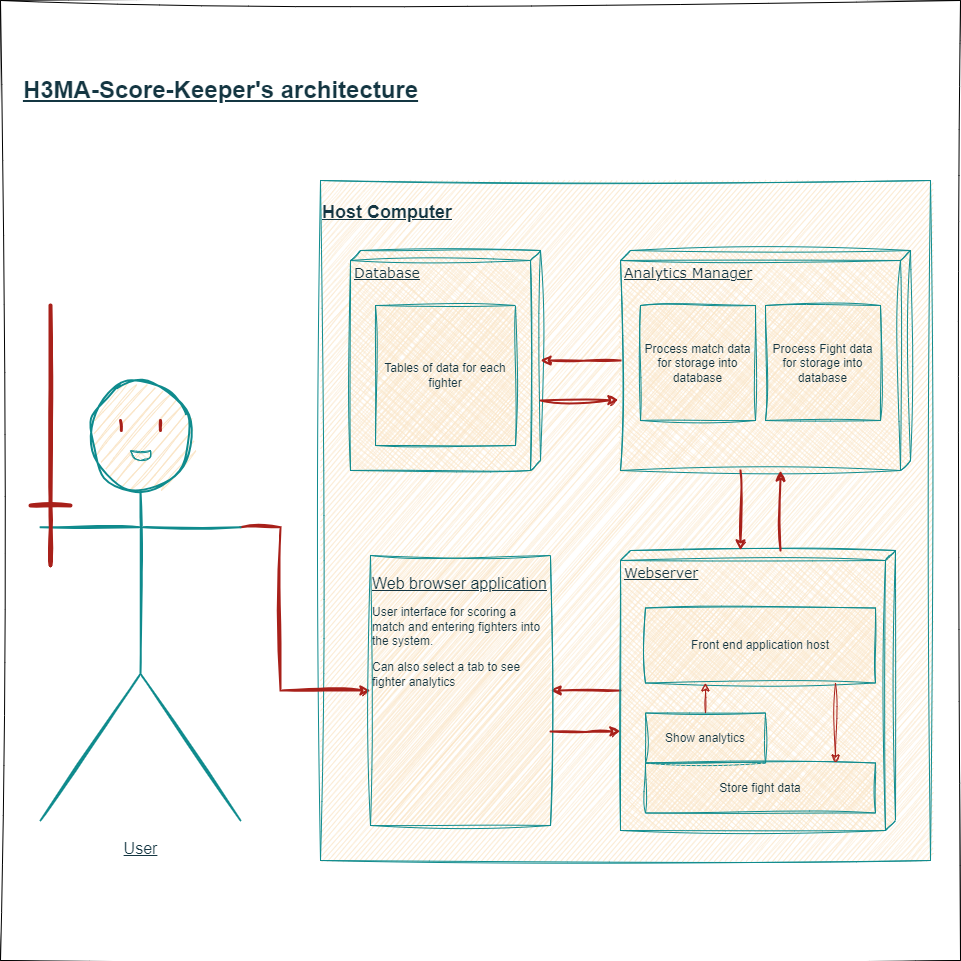
Before: assets/H3MA-Score-Keeper.drawio.png, a diagram exported from draw.io (Akira-bug/H3MA-Score-Keeper). Source tidied: cells renumbered, new cells last; positions are measured from the earlier drawing's top-left corner, leaving out a move shared by most shapes.
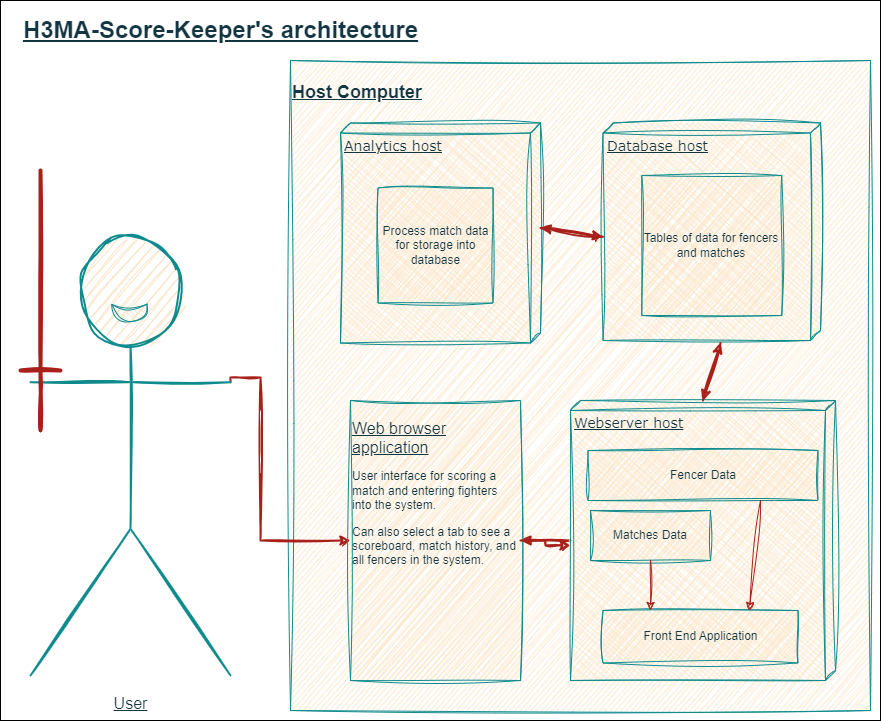
The same file after the commit.

What changed in the source:
```diff
@@ -2,102 +2,92 @@
   <root>
     <mxCell id="0" />
     <mxCell id="1" parent="0" />
-    <mxCell id="2" style="whiteSpace=wrap;html=1;sketch=1;hachureGap=4;jiggle=2;curveFitting=1;fontFamily=Architects Daughter;fontSource=https%3A%2F%2Ffonts.googleapis.com%2Fcss%3Ffamily%3DArchitects%2BDaughter;fontSize=20;" parent="1" vertex="1">
-      <mxGeometry width="960" height="960" as="geometry" />
-    </mxCell>
+    <mxCell id="31" style="rounded=0;whiteSpace=wrap;html=1;" parent="1" vertex="1">
+      <mxGeometry x="60" y="150" width="880" height="720" as="geometry" />
+    </mxCell>
     <mxCell id="3" value="&lt;h2&gt;&lt;u&gt;Host Computer&lt;/u&gt;&lt;/h2&gt;" style="rounded=0;whiteSpace=wrap;html=1;verticalAlign=top;align=left;sketch=1;curveFitting=1;jiggle=2;labelBackgroundColor=none;fillColor=#FAE5C7;strokeColor=#0F8B8D;fontColor=#143642;" parent="1" vertex="1">
-      <mxGeometry x="320" y="180" width="610" height="680" as="geometry" />
+      <mxGeometry x="350" y="210" width="580" height="650" as="geometry" />
     </mxCell>
-    <mxCell id="4" value="&lt;font style=&quot;font-size: 14px;&quot;&gt;Database&lt;/font&gt;" style="verticalAlign=top;align=left;spacingTop=8;spacingLeft=2;spacingRight=12;shape=cube;size=10;direction=south;fontStyle=4;html=1;rounded=0;shadow=0;comic=0;labelBackgroundColor=none;strokeWidth=1;fontFamily=Verdana;fontSize=12;sketch=1;curveFitting=1;jiggle=2;fillColor=#FAE5C7;strokeColor=#0F8B8D;fontColor=#143642;" parent="1" vertex="1">
-      <mxGeometry x="350" y="250" width="190" height="220" as="geometry" />
+    <mxCell id="4" value="&lt;font style=&quot;font-size: 14px;&quot;&gt;Database host&lt;/font&gt;" style="verticalAlign=top;align=left;spacingTop=8;spacingLeft=2;spacingRight=12;shape=cube;size=10;direction=south;fontStyle=4;html=1;rounded=0;shadow=0;comic=0;labelBackgroundColor=none;strokeWidth=1;fontFamily=Verdana;fontSize=12;sketch=1;curveFitting=1;jiggle=2;fillColor=#FAE5C7;strokeColor=#0F8B8D;fontColor=#143642;" parent="1" vertex="1">
+      <mxGeometry x="662.5" y="272.5" width="217.5" height="217.5" as="geometry" />
     </mxCell>
-    <mxCell id="5" value="&lt;font style=&quot;font-size: 14px;&quot;&gt;Analytics Manager&lt;/font&gt;" style="verticalAlign=top;align=left;spacingTop=8;spacingLeft=2;spacingRight=12;shape=cube;size=10;direction=south;fontStyle=4;html=1;rounded=0;shadow=0;comic=0;labelBackgroundColor=none;strokeWidth=1;fontFamily=Verdana;fontSize=12;sketch=1;curveFitting=1;jiggle=2;fillColor=#FAE5C7;strokeColor=#0F8B8D;fontColor=#143642;" parent="1" vertex="1">
-      <mxGeometry x="620" y="250" width="290" height="220" as="geometry" />
+    <mxCell id="5" value="&lt;font style=&quot;font-size: 14px;&quot;&gt;Analytics host&lt;/font&gt;" style="verticalAlign=top;align=left;spacingTop=8;spacingLeft=2;spacingRight=12;shape=cube;size=10;direction=south;fontStyle=4;html=1;rounded=0;shadow=0;comic=0;labelBackgroundColor=none;strokeWidth=1;fontFamily=Verdana;fontSize=12;sketch=1;curveFitting=1;jiggle=2;fillColor=#FAE5C7;strokeColor=#0F8B8D;fontColor=#143642;" parent="1" vertex="1">
+      <mxGeometry x="400" y="272.5" width="200" height="220" as="geometry" />
     </mxCell>
     <mxCell id="6" style="edgeStyle=orthogonalEdgeStyle;rounded=0;jettySize=auto;html=1;entryX=1;entryY=0.5;entryDx=0;entryDy=0;sketch=1;curveFitting=1;jiggle=2;labelBackgroundColor=none;strokeColor=#A8201A;fontColor=default;strokeWidth=2;" parent="1" edge="1" source="7" target="18">
       <mxGeometry relative="1" as="geometry" />
     </mxCell>
-    <mxCell id="7" value="&lt;font style=&quot;font-size: 14px;&quot;&gt;Webserver&lt;/font&gt;" style="verticalAlign=top;align=left;spacingTop=8;spacingLeft=2;spacingRight=12;shape=cube;size=10;direction=south;fontStyle=4;html=1;rounded=0;shadow=0;comic=0;labelBackgroundColor=none;strokeWidth=1;fontFamily=Verdana;fontSize=12;sketch=1;curveFitting=1;jiggle=2;fillColor=#FAE5C7;strokeColor=#0F8B8D;fontColor=#143642;" parent="1" vertex="1">
-      <mxGeometry x="620" y="550" width="275" height="280" as="geometry" />
+    <mxCell id="7" value="&lt;font style=&quot;font-size: 14px;&quot;&gt;Webserver host&lt;/font&gt;" style="verticalAlign=top;align=left;spacingTop=8;spacingLeft=2;spacingRight=12;shape=cube;size=10;direction=south;fontStyle=4;html=1;rounded=0;shadow=0;comic=0;labelBackgroundColor=none;strokeWidth=1;fontFamily=Verdana;fontSize=12;sketch=1;curveFitting=1;jiggle=2;fillColor=#FAE5C7;strokeColor=#0F8B8D;fontColor=#143642;" parent="1" vertex="1">
+      <mxGeometry x="630" y="550" width="265" height="280" as="geometry" />
     </mxCell>
     <mxCell id="8" style="edgeStyle=orthogonalEdgeStyle;rounded=0;jettySize=auto;html=1;entryX=0;entryY=0.5;entryDx=0;entryDy=0;sketch=1;curveFitting=1;jiggle=2;labelBackgroundColor=none;strokeColor=#A8201A;fontColor=default;strokeWidth=2;exitX=1;exitY=0.3333333333333333;exitDx=0;exitDy=0;exitPerimeter=0;" parent="1" edge="1" source="9" target="18">
       <mxGeometry relative="1" as="geometry">
         <Array as="points">
-          <mxPoint x="280" y="527" />
-          <mxPoint x="280" y="690" />
+          <mxPoint x="290" y="527" />
+          <mxPoint x="320" y="527" />
+          <mxPoint x="320" y="690" />
         </Array>
       </mxGeometry>
     </mxCell>
     <mxCell id="9" value="&lt;p&gt;&lt;font style=&quot;font-size: 16px;&quot;&gt;&lt;u&gt;User&lt;/u&gt;&lt;/font&gt;&lt;/p&gt;" style="shape=umlActor;verticalLabelPosition=bottom;verticalAlign=top;html=1;outlineConnect=0;strokeWidth=2;rounded=0;sketch=1;curveFitting=1;jiggle=2;labelBackgroundColor=none;fillColor=#FAE5C7;strokeColor=#0F8B8D;fontColor=#143642;" parent="1" vertex="1">
-      <mxGeometry x="40" y="380" width="200" height="440" as="geometry" />
+      <mxGeometry x="90" y="385" width="200" height="440" as="geometry" />
     </mxCell>
-    <mxCell id="10" value="Tables of data for each fighter" style="whiteSpace=wrap;html=1;rounded=0;sketch=1;curveFitting=1;jiggle=2;labelBackgroundColor=none;fillColor=#FAE5C7;strokeColor=#0F8B8D;fontColor=#143642;" parent="1" vertex="1">
-      <mxGeometry x="375" y="305" width="140" height="140" as="geometry" />
+    <mxCell id="10" value="Tables of data for fencers and matches" style="whiteSpace=wrap;html=1;rounded=0;sketch=1;curveFitting=1;jiggle=2;labelBackgroundColor=none;fillColor=#FAE5C7;strokeColor=#0F8B8D;fontColor=#143642;" parent="1" vertex="1">
+      <mxGeometry x="701.2" y="325" width="140" height="140" as="geometry" />
     </mxCell>
-    <mxCell id="11" style="endArrow=classic;html=1;rounded=0;strokeWidth=2;sketch=1;curveFitting=1;jiggle=2;labelBackgroundColor=none;strokeColor=#A8201A;fontColor=default;" parent="1" edge="1" source="5" target="4">
+    <mxCell id="11" style="endArrow=classic;html=1;rounded=0;strokeWidth=2;sketch=1;curveFitting=1;jiggle=2;labelBackgroundColor=none;strokeColor=#A8201A;fontColor=default;entryX=0;entryY=0;entryDx=113.75;entryDy=217.5;entryPerimeter=0;exitX=0;exitY=0;exitDx=105;exitDy=0;exitPerimeter=0;" parent="1" edge="1" source="5" target="4">
       <mxGeometry relative="1" as="geometry" />
     </mxCell>
-    <mxCell id="12" style="endArrow=classic;html=1;rounded=0;entryX=0.68;entryY=1.007;entryDx=0;entryDy=0;entryPerimeter=0;strokeWidth=2;sketch=1;curveFitting=1;jiggle=2;labelBackgroundColor=none;strokeColor=#A8201A;fontColor=default;" parent="1" edge="1" target="5">
-      <mxGeometry relative="1" as="geometry">
-        <mxPoint x="540" y="400" as="sourcePoint" />
-      </mxGeometry>
+    <mxCell id="12" style="endArrow=classic;html=1;rounded=0;entryX=0;entryY=0;entryDx=105;entryDy=0;entryPerimeter=0;strokeWidth=2;sketch=1;curveFitting=1;jiggle=2;labelBackgroundColor=none;strokeColor=#A8201A;fontColor=default;exitX=0;exitY=0;exitDx=113.75;exitDy=217.5;exitPerimeter=0;" parent="1" edge="1" source="4" target="5">
+      <mxGeometry relative="1" as="geometry" />
     </mxCell>
-    <mxCell id="13" value="Front end application host" style="rounded=0;whiteSpace=wrap;html=1;sketch=1;curveFitting=1;jiggle=2;labelBackgroundColor=none;fillColor=#FAE5C7;strokeColor=#0F8B8D;fontColor=#143642;" parent="1" vertex="1">
-      <mxGeometry x="645" y="607.5" width="230" height="75" as="geometry" />
+    <mxCell id="13" value="Front End Application" style="rounded=0;whiteSpace=wrap;html=1;sketch=1;curveFitting=1;jiggle=2;labelBackgroundColor=none;fillColor=#FAE5C7;strokeColor=#0F8B8D;fontColor=#143642;" parent="1" vertex="1">
+      <mxGeometry x="662.5" y="760" width="195" height="52.5" as="geometry" />
     </mxCell>
-    <mxCell id="14" value="Show analytics" style="rounded=0;whiteSpace=wrap;html=1;sketch=1;curveFitting=1;jiggle=2;labelBackgroundColor=none;fillColor=#FAE5C7;strokeColor=#0F8B8D;fontColor=#143642;" parent="1" vertex="1">
-      <mxGeometry x="645" y="712.5" width="120" height="50" as="geometry" />
+    <mxCell id="14" value="Matches Data" style="rounded=0;whiteSpace=wrap;html=1;sketch=1;curveFitting=1;jiggle=2;labelBackgroundColor=none;fillColor=#FAE5C7;strokeColor=#0F8B8D;fontColor=#143642;" parent="1" vertex="1">
+      <mxGeometry x="650" y="660" width="120" height="50" as="geometry" />
     </mxCell>
-    <mxCell id="15" style="endArrow=classic;html=1;rounded=0;exitX=0.5;exitY=0;exitDx=0;exitDy=0;sketch=1;curveFitting=1;jiggle=2;labelBackgroundColor=none;strokeColor=#A8201A;fontColor=default;" parent="1" edge="1" source="14">
+    <mxCell id="15" style="endArrow=classic;html=1;rounded=0;exitX=0.5;exitY=1;exitDx=0;exitDy=0;sketch=1;curveFitting=1;jiggle=2;labelBackgroundColor=none;strokeColor=#A8201A;fontColor=default;" parent="1" edge="1" source="14">
       <mxGeometry relative="1" as="geometry">
-        <mxPoint x="705" y="682.5" as="targetPoint" />
+        <mxPoint x="710" y="760" as="targetPoint" />
       </mxGeometry>
     </mxCell>
-    <mxCell id="16" value="Store fight data" style="rounded=0;whiteSpace=wrap;html=1;sketch=1;curveFitting=1;jiggle=2;labelBackgroundColor=none;fillColor=#FAE5C7;strokeColor=#0F8B8D;fontColor=#143642;" parent="1" vertex="1">
-      <mxGeometry x="645" y="762.5" width="230" height="50" as="geometry" />
+    <mxCell id="16" value="Fencer Data" style="rounded=0;whiteSpace=wrap;html=1;sketch=1;curveFitting=1;jiggle=2;labelBackgroundColor=none;fillColor=#FAE5C7;strokeColor=#0F8B8D;fontColor=#143642;" parent="1" vertex="1">
+      <mxGeometry x="647.5" y="600" width="230" height="50" as="geometry" />
     </mxCell>
-    <mxCell id="17" style="endArrow=classic;html=1;rounded=0;exitX=0.25;exitY=1;exitDx=0;exitDy=0;sketch=1;curveFitting=1;jiggle=2;labelBackgroundColor=none;strokeColor=#A8201A;fontColor=default;" parent="1" edge="1">
+    <mxCell id="17" style="endArrow=classic;html=1;rounded=0;sketch=1;curveFitting=1;jiggle=2;labelBackgroundColor=none;strokeColor=#A8201A;fontColor=default;entryX=0.75;entryY=0;entryDx=0;entryDy=0;" parent="1" edge="1" target="13">
       <mxGeometry relative="1" as="geometry">
-        <mxPoint x="835" y="682.5" as="sourcePoint" />
-        <mxPoint x="835" y="762.5" as="targetPoint" />
+        <mxPoint x="820" y="650" as="sourcePoint" />
       </mxGeometry>
     </mxCell>
-    <mxCell id="18" value="&lt;p&gt;&lt;font size=&quot;1&quot; style=&quot;&quot;&gt;&lt;u style=&quot;font-size: 16px;&quot;&gt;Web browser application&lt;/u&gt;&lt;/font&gt;&lt;/p&gt;&lt;p&gt;&lt;font style=&quot;font-size: 12px;&quot;&gt;User interface for scoring a match and entering fighters into the system.&lt;/font&gt;&lt;/p&gt;&lt;p&gt;Can also select a tab to see fighter analytics&lt;/p&gt;" style="rounded=0;whiteSpace=wrap;html=1;align=left;verticalAlign=top;sketch=1;curveFitting=1;jiggle=2;labelBackgroundColor=none;fillColor=#FAE5C7;strokeColor=#0F8B8D;fontColor=#143642;" parent="1" vertex="1">
-      <mxGeometry x="370" y="555" width="180" height="270" as="geometry" />
+    <mxCell id="18" value="&lt;p&gt;&lt;font size=&quot;1&quot; style=&quot;&quot;&gt;&lt;u style=&quot;font-size: 16px;&quot;&gt;Web browser application&lt;/u&gt;&lt;/font&gt;&lt;/p&gt;&lt;p&gt;&lt;font style=&quot;font-size: 12px;&quot;&gt;User interface for scoring a match and entering fighters into the system.&lt;/font&gt;&lt;/p&gt;&lt;p&gt;Can also select a tab to see a scoreboard, match history, and all fencers in the system.&lt;/p&gt;" style="rounded=0;whiteSpace=wrap;html=1;align=left;verticalAlign=top;sketch=1;curveFitting=1;jiggle=2;labelBackgroundColor=none;fillColor=#FAE5C7;strokeColor=#0F8B8D;fontColor=#143642;" parent="1" vertex="1">
+      <mxGeometry x="410" y="550" width="170" height="280" as="geometry" />
     </mxCell>
     <mxCell id="19" value="Process match data for storage into database" style="whiteSpace=wrap;html=1;rounded=0;sketch=1;curveFitting=1;jiggle=2;labelBackgroundColor=none;fillColor=#FAE5C7;strokeColor=#0F8B8D;fontColor=#143642;" parent="1" vertex="1">
-      <mxGeometry x="640" y="305" width="115" height="115" as="geometry" />
+      <mxGeometry x="437.5" y="337.5" width="115" height="115" as="geometry" />
     </mxCell>
-    <mxCell id="20" style="endArrow=classic;html=1;rounded=0;strokeWidth=2;exitX=1;exitY=0.586;exitDx=0;exitDy=0;exitPerimeter=0;sketch=1;curveFitting=1;jiggle=2;labelBackgroundColor=none;strokeColor=#A8201A;fontColor=default;" parent="1" edge="1" source="5">
-      <mxGeometry relative="1" as="geometry">
-        <mxPoint x="740" y="550" as="targetPoint" />
-      </mxGeometry>
+    <mxCell id="20" style="endArrow=classic;html=1;rounded=0;strokeWidth=2;exitX=0;exitY=0;exitDx=220;exitDy=100;exitPerimeter=0;sketch=1;curveFitting=1;jiggle=2;labelBackgroundColor=none;strokeColor=#A8201A;fontColor=default;entryX=0;entryY=0;entryDx=0;entryDy=132.5;entryPerimeter=0;" parent="1" edge="1" source="4" target="7">
+      <mxGeometry relative="1" as="geometry" />
     </mxCell>
-    <mxCell id="21" style="endArrow=classic;html=1;rounded=0;strokeWidth=2;sketch=1;curveFitting=1;jiggle=2;labelBackgroundColor=none;strokeColor=#A8201A;fontColor=default;" parent="1" edge="1">
-      <mxGeometry relative="1" as="geometry">
-        <mxPoint x="780" y="550" as="sourcePoint" />
-        <mxPoint x="780" y="470" as="targetPoint" />
-      </mxGeometry>
+    <mxCell id="21" style="endArrow=classic;html=1;rounded=0;strokeWidth=2;sketch=1;curveFitting=1;jiggle=2;labelBackgroundColor=none;strokeColor=#A8201A;fontColor=default;entryX=0;entryY=0;entryDx=220;entryDy=100;entryPerimeter=0;exitX=0;exitY=0;exitDx=0;exitDy=132.5;exitPerimeter=0;" parent="1" edge="1" source="7" target="4">
+      <mxGeometry relative="1" as="geometry" />
     </mxCell>
-    <mxCell id="22" value="Process Fight data for storage into database" style="whiteSpace=wrap;html=1;rounded=0;sketch=1;curveFitting=1;jiggle=2;labelBackgroundColor=none;fillColor=#FAE5C7;strokeColor=#0F8B8D;fontColor=#143642;" parent="1" vertex="1">
-      <mxGeometry x="765" y="305" width="115" height="115" as="geometry" />
-    </mxCell>
     <mxCell id="23" value="H3MA-Score-Keeper's architecture" style="text;html=1;align=center;verticalAlign=middle;strokeColor=none;fillColor=none;fontSize=24;fontStyle=5;rounded=0;sketch=1;curveFitting=1;jiggle=2;labelBackgroundColor=none;fontColor=#143642;" parent="1" vertex="1">
-      <mxGeometry x="10" y="70" width="420" height="40" as="geometry" />
+      <mxGeometry x="70" y="160" width="420" height="40" as="geometry" />
     </mxCell>
     <mxCell id="24" style="endArrow=none;html=1;rounded=0;sketch=1;curveFitting=1;jiggle=2;labelBackgroundColor=none;strokeColor=#A8201A;fontColor=default;strokeWidth=4;" parent="1" edge="1">
       <mxGeometry relative="1" as="geometry">
-        <mxPoint x="50" y="565" as="sourcePoint" />
-        <mxPoint x="50" y="305" as="targetPoint" />
+        <mxPoint x="100" y="580" as="sourcePoint" />
+        <mxPoint x="100" y="320" as="targetPoint" />
         <Array as="points">
-          <mxPoint x="50" y="505.8" />
+          <mxPoint x="100" y="520.8" />
         </Array>
       </mxGeometry>
     </mxCell>
     <mxCell id="25" style="endArrow=none;html=1;rounded=0;sketch=1;curveFitting=1;jiggle=2;labelBackgroundColor=none;strokeColor=#A8201A;fontColor=default;strokeWidth=4;" parent="1" edge="1">
       <mxGeometry relative="1" as="geometry">
-        <mxPoint x="30" y="505" as="sourcePoint" />
-        <mxPoint x="70" y="505" as="targetPoint" />
+        <mxPoint x="80" y="520" as="sourcePoint" />
+        <mxPoint x="120" y="520" as="targetPoint" />
       </mxGeometry>
     </mxCell>
     <mxCell id="26" style="shape=flexArrow;endArrow=classic;html=1;rounded=0;exitX=1.002;exitY=0.4;exitDx=0;exitDy=0;exitPerimeter=0;sketch=1;curveFitting=1;jiggle=2;labelBackgroundColor=none;strokeColor=#A8201A;fontColor=default;" parent="1" edge="1">
@@ -106,26 +96,11 @@
         <mxPoint x="550" y="713" as="targetPoint" />
       </mxGeometry>
     </mxCell>
-    <mxCell id="27" style="edgeStyle=orthogonalEdgeStyle;rounded=0;orthogonalLoop=1;jettySize=auto;html=1;sketch=1;curveFitting=1;jiggle=2;labelBackgroundColor=none;strokeColor=#A8201A;fontColor=default;strokeWidth=2;" parent="1" edge="1">
-      <mxGeometry relative="1" as="geometry">
-        <mxPoint x="550" y="731" as="sourcePoint" />
-        <mxPoint x="620" y="730.7" as="targetPoint" />
-      </mxGeometry>
+    <mxCell id="27" style="edgeStyle=orthogonalEdgeStyle;rounded=0;jettySize=auto;html=1;sketch=1;curveFitting=1;jiggle=2;labelBackgroundColor=none;strokeColor=#A8201A;fontColor=default;strokeWidth=2;entryX=0;entryY=0;entryDx=145;entryDy=265;entryPerimeter=0;exitX=1;exitY=0.5;exitDx=0;exitDy=0;" parent="1" edge="1" source="18" target="7">
+      <mxGeometry relative="1" as="geometry" />
     </mxCell>
-    <mxCell id="28" style="endArrow=none;html=1;rounded=0;sketch=1;hachureGap=4;jiggle=2;curveFitting=1;strokeColor=#A8201A;fontFamily=Architects Daughter;fontSource=https%3A%2F%2Ffonts.googleapis.com%2Fcss%3Ffamily%3DArchitects%2BDaughter;fontSize=16;fontColor=#143642;fillColor=#FAE5C7;strokeWidth=3;" parent="1" edge="1">
-      <mxGeometry relative="1" as="geometry">
-        <mxPoint x="160" y="420" as="sourcePoint" />
-        <mxPoint x="160" y="430" as="targetPoint" />
-      </mxGeometry>
-    </mxCell>
-    <mxCell id="29" style="endArrow=none;html=1;rounded=0;sketch=1;hachureGap=4;jiggle=2;curveFitting=1;strokeColor=#A8201A;fontFamily=Architects Daughter;fontSource=https%3A%2F%2Ffonts.googleapis.com%2Fcss%3Ffamily%3DArchitects%2BDaughter;fontSize=16;fontColor=#143642;fillColor=#FAE5C7;strokeWidth=3;" parent="1" edge="1">
-      <mxGeometry relative="1" as="geometry">
-        <mxPoint x="120.8" y="430" as="sourcePoint" />
-        <mxPoint x="120" y="420" as="targetPoint" />
-      </mxGeometry>
-    </mxCell>
     <mxCell id="30" style="shape=xor;whiteSpace=wrap;html=1;sketch=1;hachureGap=4;jiggle=2;curveFitting=1;strokeColor=#0F8B8D;fontFamily=Architects Daughter;fontSource=https%3A%2F%2Ffonts.googleapis.com%2Fcss%3Ffamily%3DArchitects%2BDaughter;fontSize=20;fontColor=#143642;fillColor=#FAE5C7;rotation=90;" parent="1" vertex="1">
-      <mxGeometry x="135" y="445" width="9.9" height="20" as="geometry" />
+      <mxGeometry x="180" y="445" width="17.5" height="35" as="geometry" />
     </mxCell>
   </root>
 </mxGraphModel>
```
